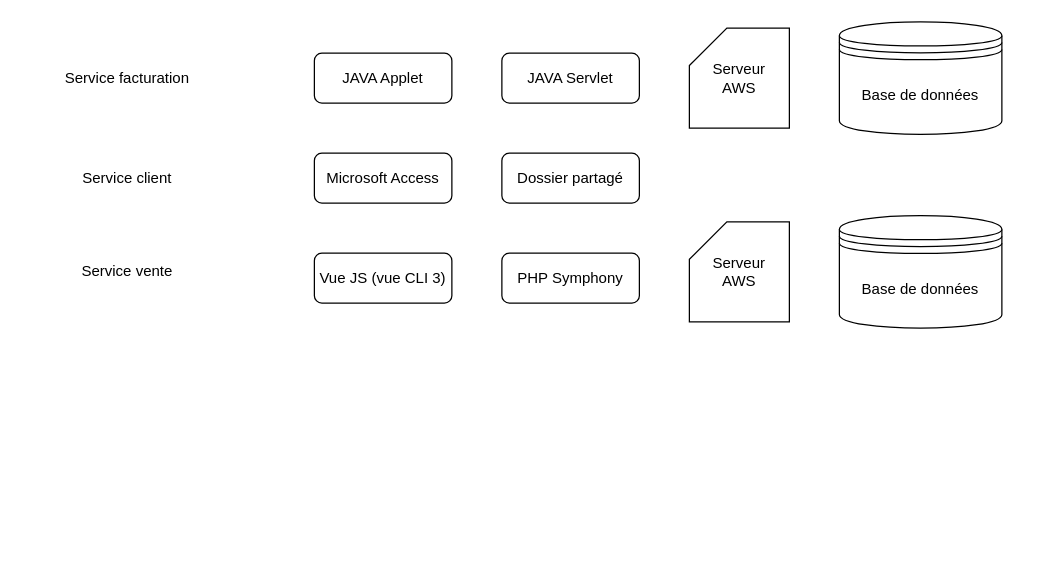
Before: LAEDiagram.drawio in cjour/audit_logistics, a draw.io diagram. Source tidied: cells renumbered, new cells numbered last; positions are measured from the earlier drawing's top-left corner, leaving out a move shared by most shapes. Both pictures are drawn from the tidied source at 125%, with x=0, y=0 at pixel (51, 21).
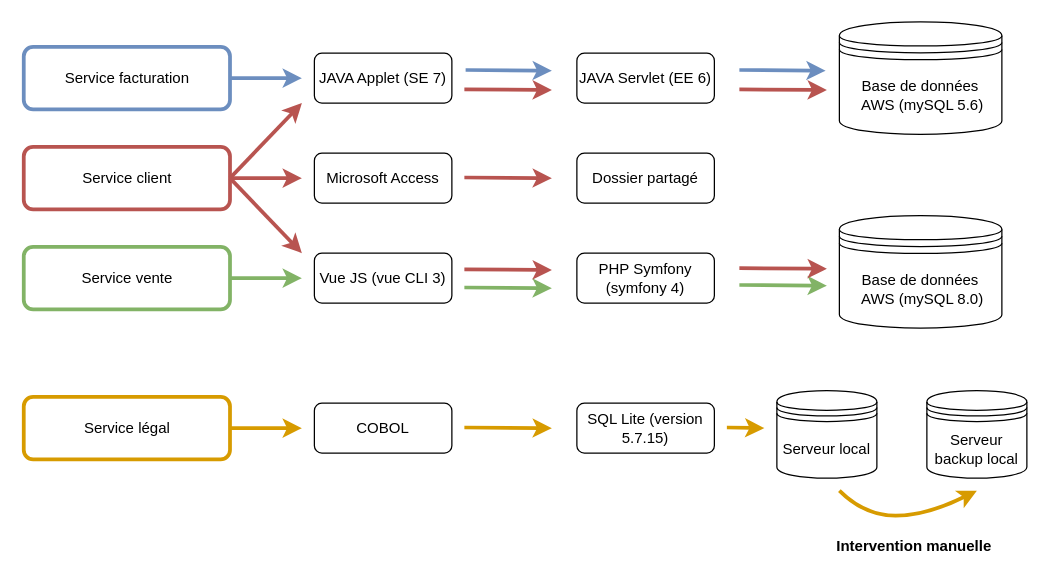
The same diagram, later.

Commit message:
Mettre à jour LAEDiagram.drawio

The edit, as a diff of the source:
```diff
@@
-    <mxCell id="2" value="JAVA Applet" style="rounded=1;whiteSpace=wrap;html=1;" parent="1" vertex="1">
+    <mxCell id="2" value="JAVA Applet (SE 7)" style="rounded=1;whiteSpace=wrap;html=1;" parent="1" vertex="1">
       <mxGeometry x="210" y="25" width="110" height="40" as="geometry" />
     </mxCell>
-    <mxCell id="3" value="JAVA Servlet" style="rounded=1;whiteSpace=wrap;html=1;" parent="1" vertex="1">
-      <mxGeometry x="360" y="25" width="110" height="40" as="geometry" />
+    <mxCell id="3" value="JAVA Servlet (EE 6)" style="rounded=1;whiteSpace=wrap;html=1;" parent="1" vertex="1">
+      <mxGeometry x="420" y="25" width="110" height="40" as="geometry" />
     </mxCell>
-    <mxCell id="4" value="Base de données" style="shape=datastore;whiteSpace=wrap;html=1;" parent="1" vertex="1">
+    <mxCell id="4" value="&lt;div&gt;Base de données&lt;/div&gt;&lt;div&gt;&amp;nbsp;AWS (mySQL 5.6)&lt;br&gt;&lt;/div&gt;" style="shape=datastore;whiteSpace=wrap;html=1;" parent="1" vertex="1">
       <mxGeometry x="630" width="130" height="90" as="geometry" />
     </mxCell>
-    <mxCell id="5" value="&lt;div&gt;Serveur &lt;br&gt;&lt;/div&gt;&lt;div&gt;AWS&lt;/div&gt;" style="shape=card;whiteSpace=wrap;html=1;" parent="1" vertex="1">
-      <mxGeometry x="510" y="5" width="80" height="80" as="geometry" />
-    </mxCell>
@@
     <mxCell id="9" value="Dossier partagé" style="rounded=1;whiteSpace=wrap;html=1;" parent="1" vertex="1">
-      <mxGeometry x="360" y="105" width="110" height="40" as="geometry" />
+      <mxGeometry x="420" y="105" width="110" height="40" as="geometry" />
     </mxCell>
     <mxCell id="10" value="Service vente" style="text;html=1;align=center;verticalAlign=middle;strokeColor=none;fillColor=none;" parent="1" vertex="1">
-      <mxGeometry x="10" y="185" width="100" height="30" as="geometry" />
+      <mxGeometry x="10" y="190" width="100" height="30" as="geometry" />
     </mxCell>
@@
-    <mxCell id="12" value="PHP Symphony" style="rounded=1;whiteSpace=wrap;html=1;" parent="1" vertex="1">
-      <mxGeometry x="360" y="185" width="110" height="40" as="geometry" />
+    <mxCell id="12" value="&lt;div&gt;PHP Symfony (symfony 4)&lt;/div&gt;" style="rounded=1;whiteSpace=wrap;html=1;" parent="1" vertex="1">
+      <mxGeometry x="420" y="185" width="110" height="40" as="geometry" />
     </mxCell>
-    <mxCell id="13" value="&lt;div&gt;Serveur &lt;br&gt;&lt;/div&gt;&lt;div&gt;AWS&lt;/div&gt;" style="shape=card;whiteSpace=wrap;html=1;" parent="1" vertex="1">
-      <mxGeometry x="510" y="160" width="80" height="80" as="geometry" />
-    </mxCell>
-    <mxCell id="14" value="Base de données" style="shape=datastore;whiteSpace=wrap;html=1;" parent="1" vertex="1">
+    <mxCell id="14" value="&lt;div&gt;Base de données&lt;/div&gt;&lt;div&gt;&amp;nbsp;AWS (mySQL 8.0)&lt;br&gt;&lt;/div&gt;" style="shape=datastore;whiteSpace=wrap;html=1;" parent="1" vertex="1">
       <mxGeometry x="630" y="155" width="130" height="90" as="geometry" />
     </mxCell>
+    <mxCell id="15" value="&lt;div&gt;Service légal&lt;/div&gt;" style="text;html=1;align=center;verticalAlign=middle;strokeColor=none;fillColor=none;" parent="1" vertex="1">
+      <mxGeometry x="15" y="310" width="90" height="30" as="geometry" />
+    </mxCell>
+    <mxCell id="16" value="COBOL" style="rounded=1;whiteSpace=wrap;html=1;" parent="1" vertex="1">
+      <mxGeometry x="210" y="305" width="110" height="40" as="geometry" />
+    </mxCell>
+    <mxCell id="17" value="SQL Lite (version 5.7.15)" style="rounded=1;whiteSpace=wrap;html=1;" parent="1" vertex="1">
+      <mxGeometry x="420" y="305" width="110" height="40" as="geometry" />
+    </mxCell>
+    <mxCell id="18" style="rounded=1;whiteSpace=wrap;html=1;fontFamily=Helvetica;fontSize=12;strokeWidth=3;fillColor=none;strokeColor=#6c8ebf;gradientColor=default;" parent="1" vertex="1">
+      <mxGeometry x="-22.5" y="20" width="165" height="50" as="geometry" />
+    </mxCell>
+    <mxCell id="19" style="endArrow=classic;html=1;rounded=0;fontFamily=Helvetica;fontSize=12;exitX=1;exitY=0.5;exitDx=0;exitDy=0;fillColor=#dae8fc;strokeColor=#6c8ebf;strokeWidth=3;" parent="1" edge="1" source="18">
+      <mxGeometry relative="1" as="geometry">
+        <mxPoint x="200" y="45" as="targetPoint" />
+      </mxGeometry>
+    </mxCell>
+    <mxCell id="20" style="endArrow=classic;html=1;rounded=0;fontFamily=Helvetica;fontSize=12;exitX=1;exitY=0.5;exitDx=0;exitDy=0;fillColor=#dae8fc;strokeColor=#6c8ebf;strokeWidth=3;" parent="1" edge="1">
+      <mxGeometry relative="1" as="geometry">
+        <mxPoint x="331" y="38.5" as="sourcePoint" />
+        <mxPoint x="400" y="39" as="targetPoint" />
+      </mxGeometry>
+    </mxCell>
+    <mxCell id="21" style="endArrow=classic;html=1;rounded=0;fontFamily=Helvetica;fontSize=12;exitX=1;exitY=0.5;exitDx=0;exitDy=0;fillColor=#dae8fc;strokeColor=#6c8ebf;strokeWidth=3;" parent="1" edge="1">
+      <mxGeometry relative="1" as="geometry">
+        <mxPoint x="550" y="38.5" as="sourcePoint" />
+        <mxPoint x="619" y="39" as="targetPoint" />
+      </mxGeometry>
+    </mxCell>
+    <mxCell id="22" style="rounded=1;whiteSpace=wrap;html=1;fontFamily=Helvetica;fontSize=12;strokeWidth=3;fillColor=none;strokeColor=#b85450;" parent="1" vertex="1">
+      <mxGeometry x="-22.5" y="100" width="165" height="50" as="geometry" />
+    </mxCell>
+    <mxCell id="23" style="endArrow=classic;html=1;rounded=0;fontFamily=Helvetica;fontSize=12;exitX=1;exitY=0.5;exitDx=0;exitDy=0;fillColor=#f8cecc;strokeColor=#b85450;strokeWidth=3;" parent="1" edge="1" source="22">
+      <mxGeometry relative="1" as="geometry">
+        <mxPoint x="200" y="125" as="targetPoint" />
+      </mxGeometry>
+    </mxCell>
+    <mxCell id="24" style="endArrow=classic;html=1;rounded=0;fontFamily=Helvetica;fontSize=12;exitX=1;exitY=0.5;exitDx=0;exitDy=0;fillColor=#f8cecc;strokeColor=#b85450;strokeWidth=3;" parent="1" edge="1">
+      <mxGeometry relative="1" as="geometry">
+        <mxPoint x="330" y="124.5" as="sourcePoint" />
+        <mxPoint x="400" y="125" as="targetPoint" />
+      </mxGeometry>
+    </mxCell>
+    <mxCell id="25" style="endArrow=classic;html=1;rounded=0;fontFamily=Helvetica;fontSize=12;fillColor=#f8cecc;strokeColor=#b85450;strokeWidth=3;exitX=1;exitY=0.5;exitDx=0;exitDy=0;" parent="1" edge="1" source="22">
+      <mxGeometry relative="1" as="geometry">
+        <mxPoint x="200" y="65" as="targetPoint" />
+      </mxGeometry>
+    </mxCell>
+    <mxCell id="26" style="rounded=1;whiteSpace=wrap;html=1;fontFamily=Helvetica;fontSize=12;strokeWidth=3;fillColor=none;strokeColor=#82b366;" parent="1" vertex="1">
+      <mxGeometry x="-22.5" y="180" width="165" height="50" as="geometry" />
+    </mxCell>
+    <mxCell id="27" style="endArrow=classic;html=1;rounded=0;fontFamily=Helvetica;fontSize=12;exitX=1;exitY=0.5;exitDx=0;exitDy=0;fillColor=#d5e8d4;strokeColor=#82b366;strokeWidth=3;" parent="1" edge="1" source="26">
+      <mxGeometry relative="1" as="geometry">
+        <mxPoint x="200" y="205" as="targetPoint" />
+      </mxGeometry>
+    </mxCell>
+    <mxCell id="28" style="endArrow=classic;html=1;rounded=0;fontFamily=Helvetica;fontSize=12;exitX=1;exitY=0.5;exitDx=0;exitDy=0;fillColor=#d5e8d4;strokeColor=#82b366;strokeWidth=3;" parent="1" edge="1">
+      <mxGeometry relative="1" as="geometry">
+        <mxPoint x="330" y="212.5" as="sourcePoint" />
+        <mxPoint x="400" y="213" as="targetPoint" />
+      </mxGeometry>
+    </mxCell>
+    <mxCell id="29" style="endArrow=classic;html=1;rounded=0;fontFamily=Helvetica;fontSize=12;exitX=1;exitY=0.5;exitDx=0;exitDy=0;fillColor=#d5e8d4;strokeColor=#82b366;strokeWidth=3;" parent="1" edge="1">
+      <mxGeometry relative="1" as="geometry">
+        <mxPoint x="550" y="210.5" as="sourcePoint" />
+        <mxPoint x="620" y="211" as="targetPoint" />
+      </mxGeometry>
+    </mxCell>
+    <mxCell id="30" style="endArrow=classic;html=1;rounded=0;fontFamily=Helvetica;fontSize=12;exitX=1;exitY=0.5;exitDx=0;exitDy=0;fillColor=#f8cecc;strokeColor=#b85450;strokeWidth=3;" parent="1" edge="1" source="22">
+      <mxGeometry relative="1" as="geometry">
+        <mxPoint x="200" y="185" as="targetPoint" />
+      </mxGeometry>
+    </mxCell>
+    <mxCell id="31" value="Serveur local" style="shape=datastore;whiteSpace=wrap;html=1;" parent="1" vertex="1">
+      <mxGeometry x="580" y="295" width="80" height="70" as="geometry" />
+    </mxCell>
+    <mxCell id="32" value="Serveur backup local" style="shape=datastore;whiteSpace=wrap;html=1;" parent="1" vertex="1">
+      <mxGeometry x="700" y="295" width="80" height="70" as="geometry" />
+    </mxCell>
+    <mxCell id="33" style="rounded=1;whiteSpace=wrap;html=1;fontFamily=Helvetica;fontSize=12;strokeWidth=3;fillColor=none;strokeColor=#d79b00;" parent="1" vertex="1">
+      <mxGeometry x="-22.5" y="300" width="165" height="50" as="geometry" />
+    </mxCell>
+    <mxCell id="34" style="endArrow=classic;html=1;rounded=0;fontFamily=Helvetica;fontSize=12;exitX=1;exitY=0.5;exitDx=0;exitDy=0;fillColor=#ffe6cc;strokeColor=#d79b00;strokeWidth=3;" parent="1" edge="1" source="33">
+      <mxGeometry relative="1" as="geometry">
+        <mxPoint x="200" y="325" as="targetPoint" />
+      </mxGeometry>
+    </mxCell>
+    <mxCell id="35" style="endArrow=classic;html=1;rounded=0;fontFamily=Helvetica;fontSize=12;exitX=1;exitY=0.5;exitDx=0;exitDy=0;fillColor=#ffe6cc;strokeColor=#d79b00;strokeWidth=3;" parent="1" edge="1">
+      <mxGeometry relative="1" as="geometry">
+        <mxPoint x="330" y="324.5" as="sourcePoint" />
+        <mxPoint x="400" y="325" as="targetPoint" />
+      </mxGeometry>
+    </mxCell>
+    <mxCell id="36" style="endArrow=classic;html=1;rounded=0;fontFamily=Helvetica;fontSize=12;exitX=1;exitY=0.5;exitDx=0;exitDy=0;fillColor=#ffe6cc;strokeColor=#d79b00;strokeWidth=3;" parent="1" edge="1">
+      <mxGeometry relative="1" as="geometry">
+        <mxPoint x="540" y="324.5" as="sourcePoint" />
+        <mxPoint x="570" y="325" as="targetPoint" />
+      </mxGeometry>
+    </mxCell>
+    <mxCell id="37" style="curved=1;endArrow=classic;html=1;rounded=0;fontFamily=Helvetica;fontSize=12;strokeWidth=3;fillColor=#ffe6cc;strokeColor=#d79b00;" parent="1" edge="1">
+      <mxGeometry relative="1" as="geometry">
+        <mxPoint x="630" y="375" as="sourcePoint" />
+        <mxPoint x="740" y="375" as="targetPoint" />
+        <Array as="points">
+          <mxPoint x="650" y="395" />
+          <mxPoint x="700" y="395" />
+        </Array>
+      </mxGeometry>
+    </mxCell>
+    <mxCell id="38" style="endArrow=classic;html=1;rounded=0;fontFamily=Helvetica;fontSize=12;exitX=1;exitY=0.5;exitDx=0;exitDy=0;fillColor=#f8cecc;strokeColor=#b85450;strokeWidth=3;" parent="1" edge="1">
+      <mxGeometry relative="1" as="geometry">
+        <mxPoint x="330" y="54" as="sourcePoint" />
+        <mxPoint x="400" y="54.5" as="targetPoint" />
+      </mxGeometry>
+    </mxCell>
+    <mxCell id="39" style="endArrow=classic;html=1;rounded=0;fontFamily=Helvetica;fontSize=12;exitX=1;exitY=0.5;exitDx=0;exitDy=0;fillColor=#f8cecc;strokeColor=#b85450;strokeWidth=3;" parent="1" edge="1">
+      <mxGeometry relative="1" as="geometry">
+        <mxPoint x="550" y="54" as="sourcePoint" />
+        <mxPoint x="620" y="54.5" as="targetPoint" />
+      </mxGeometry>
+    </mxCell>
+    <mxCell id="40" style="endArrow=classic;html=1;rounded=0;fontFamily=Helvetica;fontSize=12;exitX=1;exitY=0.5;exitDx=0;exitDy=0;fillColor=#f8cecc;strokeColor=#b85450;strokeWidth=3;" parent="1" edge="1">
+      <mxGeometry relative="1" as="geometry">
+        <mxPoint x="330" y="198" as="sourcePoint" />
+        <mxPoint x="400" y="198.5" as="targetPoint" />
+      </mxGeometry>
+    </mxCell>
+    <mxCell id="41" style="endArrow=classic;html=1;rounded=0;fontFamily=Helvetica;fontSize=12;exitX=1;exitY=0.5;exitDx=0;exitDy=0;fillColor=#f8cecc;strokeColor=#b85450;strokeWidth=3;" parent="1" edge="1">
+      <mxGeometry relative="1" as="geometry">
+        <mxPoint x="550" y="197" as="sourcePoint" />
+        <mxPoint x="620" y="197.5" as="targetPoint" />
+      </mxGeometry>
+    </mxCell>
+    <mxCell id="42" value="Intervention manuelle" style="text;html=1;strokeColor=none;fillColor=none;align=center;verticalAlign=middle;whiteSpace=wrap;rounded=0;fontFamily=Helvetica;fontSize=12;fontStyle=1;" parent="1" vertex="1">
+      <mxGeometry x="620" y="405" width="140" height="30" as="geometry" />
+    </mxCell>
```
